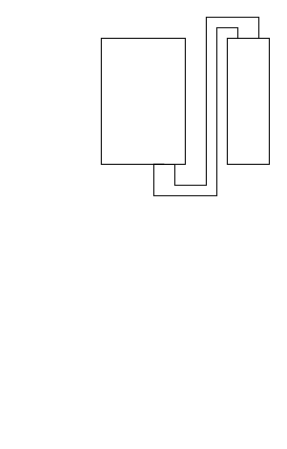
Earlier version of the draw.io diagram smart-evse/smartevse.drawio (SimonvanderMarel/DrawIO-stuff). Source tidied: cells renumbered, new cells numbered last; positions are measured from the earlier drawing's top-left corner, leaving out a move shared by most shapes. Both pictures are drawn from the tidied source at 105%, with x=0, y=0 at pixel (101, 17).
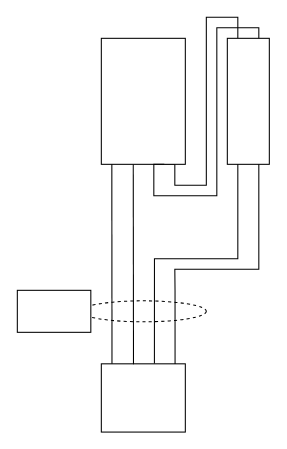
Above is the later version.

Unchanged cells that the change refers to:
```xml
<mxCell id="3" style="rounded=0;whiteSpace=wrap;html=1;" parent="1" vertex="1">
  <mxGeometry y="20" width="80" height="120" as="geometry" />
</mxCell>
<mxCell id="4" style="rounded=0;whiteSpace=wrap;html=1;" parent="1" vertex="1">
  <mxGeometry x="120" y="20" width="40" height="120" as="geometry" />
</mxCell>
```

Diff of the diagram source:
```diff
@@
-    <mxCell id="2" style="edgeStyle=orthogonalEdgeStyle;rounded=0;jettySize=auto;html=1;exitX=0.75;exitY=1;exitDx=0;exitDy=0;entryX=0.75;entryY=0;entryDx=0;entryDy=0;endArrow=none;endFill=0;" parent="1" edge="1" source="3" target="4">
+    <mxCell id="2" style="edgeStyle=orthogonalEdgeStyle;rounded=0;jettySize=auto;html=1;exitX=0.75;exitY=1;exitDx=0;exitDy=0;entryX=0.25;entryY=0;entryDx=0;entryDy=0;endArrow=none;endFill=0;" parent="1" edge="1" source="3" target="4">
       <mxGeometry relative="1" as="geometry">
         <Array as="points">
           <mxPoint x="70" y="140" />
           <mxPoint x="70" y="160" />
           <mxPoint x="100" y="160" />
           <mxPoint x="100" />
-          <mxPoint x="150" />
+          <mxPoint x="130" />
         </Array>
       </mxGeometry>
     </mxCell>
@@
-    <mxCell id="5" style="edgeStyle=orthogonalEdgeStyle;rounded=0;jettySize=auto;html=1;exitX=0.75;exitY=1;exitDx=0;exitDy=0;entryX=0.25;entryY=0;entryDx=0;entryDy=0;endArrow=none;endFill=0;" parent="1" edge="1" source="3" target="4">
+    <mxCell id="5" style="edgeStyle=orthogonalEdgeStyle;rounded=0;jettySize=auto;html=1;exitX=0.75;exitY=1;exitDx=0;exitDy=0;entryX=0.75;entryY=0;entryDx=0;entryDy=0;endArrow=none;endFill=0;" parent="1" edge="1" source="3" target="4">
       <mxGeometry relative="1" as="geometry">
         <Array as="points">
           <mxPoint x="50" y="140" />
           <mxPoint x="50" y="170" />
           <mxPoint x="110" y="170" />
           <mxPoint x="110" y="10" />
-          <mxPoint x="130" y="10" />
+          <mxPoint x="150" y="10" />
         </Array>
       </mxGeometry>
     </mxCell>
+    <mxCell id="6" style="rounded=0;whiteSpace=wrap;html=1;" parent="1" vertex="1">
+      <mxGeometry y="330" width="80" height="65" as="geometry" />
+    </mxCell>
+    <mxCell id="7" style="endArrow=none;html=1;rounded=0;entryX=0.38;entryY=1.001;entryDx=0;entryDy=0;entryPerimeter=0;exitX=0.383;exitY=0.005;exitDx=0;exitDy=0;exitPerimeter=0;" parent="1" edge="1" source="6" target="3">
+      <mxGeometry relative="1" as="geometry" />
+    </mxCell>
+    <mxCell id="8" style="edgeStyle=orthogonalEdgeStyle;rounded=0;jettySize=auto;html=1;exitX=0.632;exitY=-0.005;exitDx=0;exitDy=0;entryX=0.25;entryY=1;entryDx=0;entryDy=0;endArrow=none;endFill=0;exitPerimeter=0;" parent="1" edge="1" source="6" target="4">
+      <mxGeometry relative="1" as="geometry">
+        <Array as="points">
+          <mxPoint x="50.6" y="230" />
+          <mxPoint x="130" y="230" />
+        </Array>
+      </mxGeometry>
+    </mxCell>
+    <mxCell id="9" style="edgeStyle=orthogonalEdgeStyle;rounded=0;jettySize=auto;html=1;exitX=0.878;exitY=0.004;exitDx=0;exitDy=0;entryX=0.75;entryY=1;entryDx=0;entryDy=0;endArrow=none;endFill=0;exitPerimeter=0;" parent="1" edge="1" source="6" target="4">
+      <mxGeometry relative="1" as="geometry">
+        <Array as="points">
+          <mxPoint x="70.2" y="259.9" />
+          <mxPoint x="70" y="240" />
+          <mxPoint x="150" y="240" />
+        </Array>
+      </mxGeometry>
+    </mxCell>
+    <mxCell id="10" style="endArrow=none;html=1;rounded=0;entryX=0.38;entryY=1.001;entryDx=0;entryDy=0;entryPerimeter=0;exitX=0.127;exitY=-0.001;exitDx=0;exitDy=0;exitPerimeter=0;" parent="1" edge="1" source="6">
+      <mxGeometry relative="1" as="geometry">
+        <mxPoint x="10" y="140" as="targetPoint" />
+      </mxGeometry>
+    </mxCell>
+    <mxCell id="11" style="ellipse;whiteSpace=wrap;html=1;shapeInside=1;fillColor=none;dashed=1;" parent="1" vertex="1">
+      <mxGeometry x="-20" y="270" width="120" height="20" as="geometry" />
+    </mxCell>
+    <mxCell id="12" style="rounded=0;whiteSpace=wrap;html=1;" parent="1" vertex="1">
+      <mxGeometry x="-80" y="260" width="70" height="40" as="geometry" />
+    </mxCell>
```
